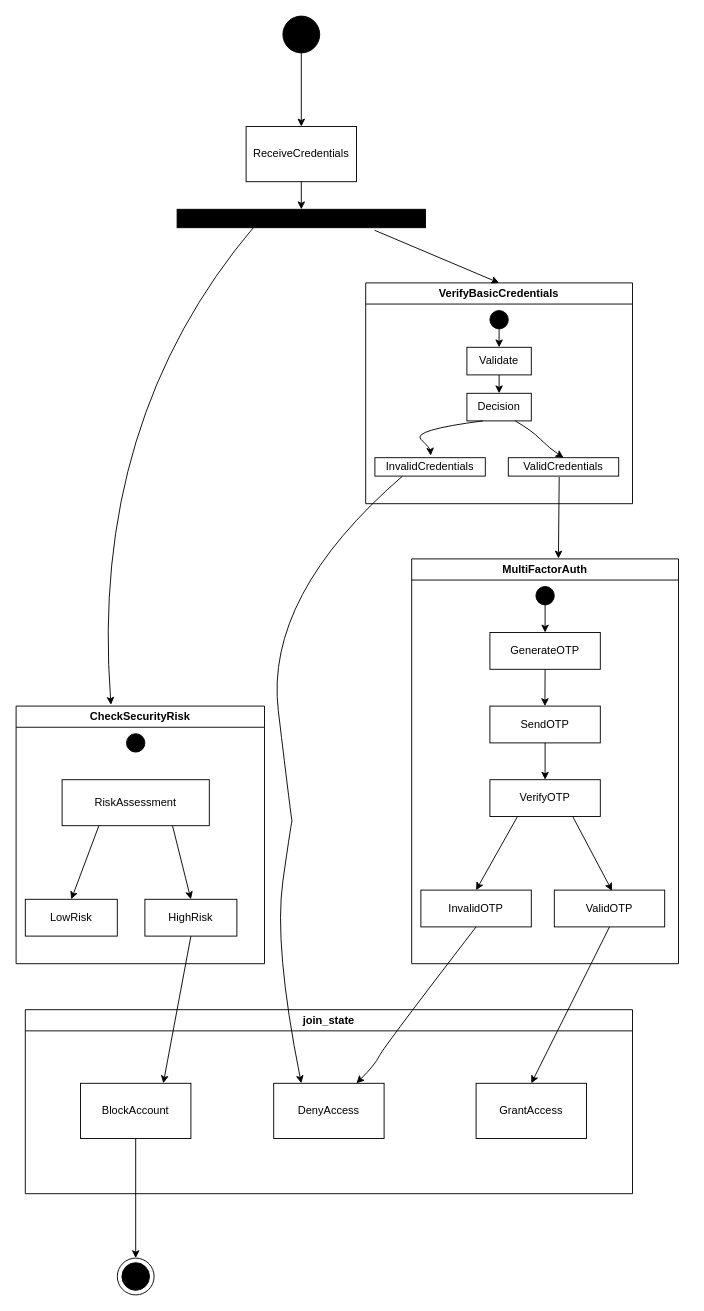
Earlier version of the draw.io diagram page "Trang-2" (2 of 2) of Biểu đồ không có tiêu đề.drawio (5thJuly/FPT_2nd). Source tidied: cells renumbered, new cells numbered last; positions are measured from the earlier drawing's top-left corner, leaving out a move shared by most shapes. Both pictures are drawn from the tidied source at 92%, with x=0, y=0 at pixel (16, 16).
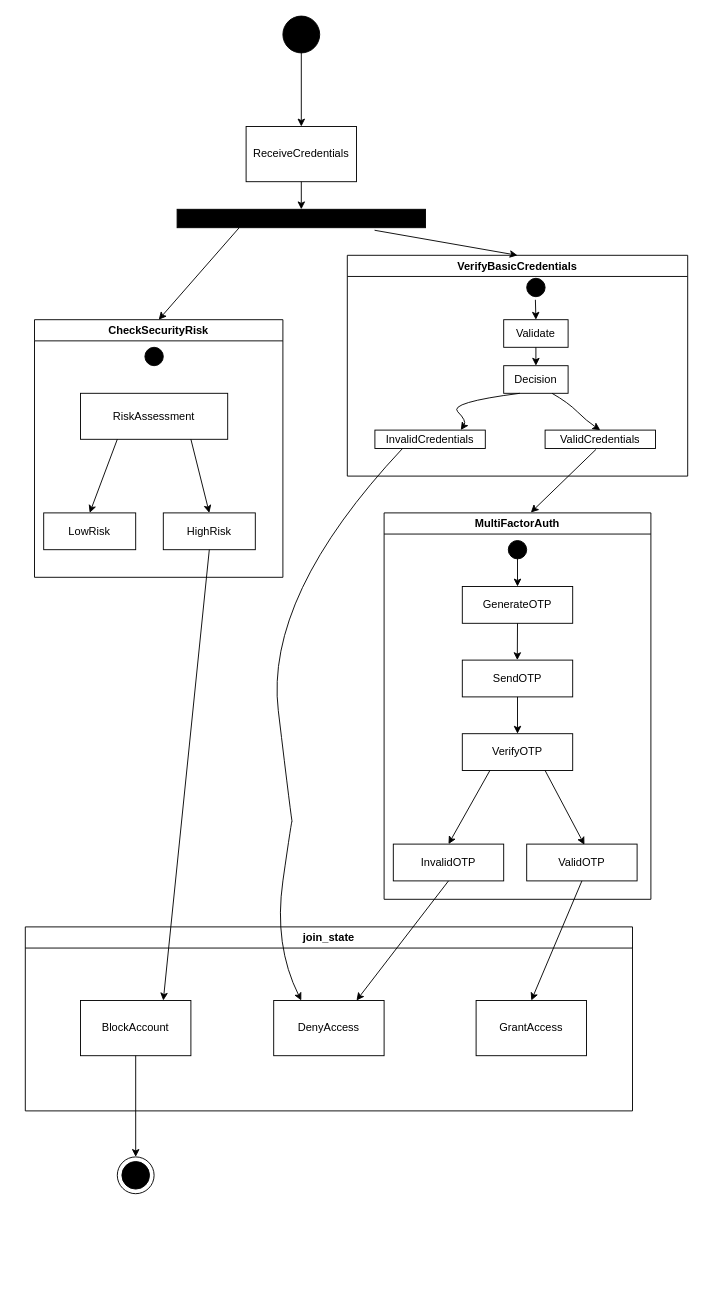
The same page after the edit.

Commit message:
Cập nhật Biểu đồ không có tiêu đề.drawio

Unchanged cells that the change refers to:
```xml
<mxCell id="5" style="rounded=0;whiteSpace=wrap;html=1;fillColor=#000000;" parent="1" vertex="1">
  <mxGeometry x="175" y="210" width="270" height="20" as="geometry" />
</mxCell>
<mxCell id="21" value="InvalidOTP" style="rounded=0;whiteSpace=wrap;html=1;" parent="16" vertex="1">
  <mxGeometry x="10" y="360" width="120" height="40" as="geometry" />
</mxCell>
<mxCell id="31" value="DenyAccess" style="rounded=0;whiteSpace=wrap;html=1;" parent="28" vertex="1">
  <mxGeometry x="270" y="80" width="120" height="60" as="geometry" />
</mxCell>
```

Change to the diagram source:
```diff
@@
     <mxCell id="6" value="VerifyBasicCredentials" style="swimlane;whiteSpace=wrap;html=1;" parent="1" vertex="1">
-      <mxGeometry x="380" y="290" width="290" height="240" as="geometry" />
+      <mxGeometry x="360" y="260" width="370" height="240" as="geometry" />
     </mxCell>
     <mxCell id="7" style="ellipse;whiteSpace=wrap;html=1;fillColor=#000000;" parent="6" vertex="1">
-      <mxGeometry x="135" y="30" width="20" height="20" as="geometry" />
+      <mxGeometry x="195" y="25" width="20" height="20" as="geometry" />
     </mxCell>
     <mxCell id="8" value="&lt;div&gt;Validate&lt;/div&gt;" style="rounded=0;whiteSpace=wrap;html=1;" parent="6" vertex="1">
-      <mxGeometry x="110" y="70" width="70" height="30" as="geometry" />
+      <mxGeometry x="170" y="70" width="70" height="30" as="geometry" />
     </mxCell>
     <mxCell id="9" value="Decision" style="rounded=0;whiteSpace=wrap;html=1;" parent="6" vertex="1">
-      <mxGeometry x="110" y="120" width="70" height="30" as="geometry" />
+      <mxGeometry x="170" y="120" width="70" height="30" as="geometry" />
     </mxCell>
     <mxCell id="10" value="InvalidCredentials" style="rounded=0;whiteSpace=wrap;html=1;" parent="6" vertex="1">
-      <mxGeometry x="10" y="190" width="120" height="20" as="geometry" />
+      <mxGeometry x="30" y="190" width="120" height="20" as="geometry" />
     </mxCell>
     <mxCell id="11" value="ValidCredentials" style="rounded=0;whiteSpace=wrap;html=1;" parent="6" vertex="1">
-      <mxGeometry x="155" y="190" width="120" height="20" as="geometry" />
+      <mxGeometry x="215" y="190" width="120" height="20" as="geometry" />
     </mxCell>
-    <mxCell id="12" style="endArrow=classic;html=1;rounded=0;exitX=0.5;exitY=1;exitDx=0;exitDy=0;entryX=0.5;entryY=0;entryDx=0;entryDy=0;" parent="6" edge="1" source="7" target="8">
+    <mxCell id="12" style="endArrow=classic;html=1;rounded=0;exitX=0.473;exitY=1.169;exitDx=0;exitDy=0;entryX=0.5;entryY=0;entryDx=0;entryDy=0;exitPerimeter=0;" parent="6" edge="1" source="7" target="8">
       <mxGeometry relative="1" as="geometry" />
     </mxCell>
@@
-    <mxCell id="14" style="curved=1;endArrow=classic;html=1;rounded=0;exitX=0.25;exitY=1;exitDx=0;exitDy=0;entryX=0.506;entryY=-0.114;entryDx=0;entryDy=0;entryPerimeter=0;" parent="6" edge="1" source="9" target="10">
+    <mxCell id="14" style="curved=1;endArrow=classic;html=1;rounded=0;exitX=0.25;exitY=1;exitDx=0;exitDy=0;entryX=0.778;entryY=-0.004;entryDx=0;entryDy=0;entryPerimeter=0;" parent="6" edge="1" source="9" target="10">
       <mxGeometry relative="1" as="geometry">
         <Array as="points">
-          <mxPoint x="50" y="160" />
-          <mxPoint x="70" y="180" />
+          <mxPoint x="110" y="160" />
+          <mxPoint x="130" y="180" />
         </Array>
       </mxGeometry>
     </mxCell>
     <mxCell id="15" style="curved=1;endArrow=classic;html=1;rounded=0;exitX=0.75;exitY=1;exitDx=0;exitDy=0;entryX=0.5;entryY=0;entryDx=0;entryDy=0;" parent="6" edge="1" source="9" target="11">
       <mxGeometry relative="1" as="geometry">
         <Array as="points">
-          <mxPoint x="180" y="160" />
-          <mxPoint x="200" y="180" />
+          <mxPoint x="240" y="160" />
+          <mxPoint x="260" y="180" />
         </Array>
       </mxGeometry>
     </mxCell>
     <mxCell id="16" value="MultiFactorAuth" style="swimlane;whiteSpace=wrap;html=1;" parent="1" vertex="1">
-      <mxGeometry x="430" y="590" width="290" height="440" as="geometry" />
+      <mxGeometry x="400" y="540" width="290" height="420" as="geometry" />
     </mxCell>
@@
     <mxCell id="28" value="join_state" style="swimlane;whiteSpace=wrap;html=1;" parent="1" vertex="1">
-      <mxGeometry x="10" y="1080" width="660" height="200" as="geometry" />
+      <mxGeometry x="10" y="990" width="660" height="200" as="geometry" />
     </mxCell>
@@
-    <mxCell id="32" style="ellipse;whiteSpace=wrap;html=1;" parent="1" vertex="1">
-      <mxGeometry x="110" y="1350" width="40" height="40" as="geometry" />
-    </mxCell>
-    <mxCell id="33" style="ellipse;whiteSpace=wrap;html=1;fillColor=#000000;" parent="1" vertex="1">
-      <mxGeometry x="115" y="1355" width="30" height="30" as="geometry" />
-    </mxCell>
     <mxCell id="34" value="CheckSecurityRisk" style="swimlane;whiteSpace=wrap;html=1;startSize=23;" parent="1" vertex="1">
-      <mxGeometry y="750" width="270" height="280" as="geometry" />
+      <mxGeometry x="20" y="330" width="270" height="280" as="geometry" />
     </mxCell>
@@
-    <mxCell id="43" style="curved=1;endArrow=classic;html=1;rounded=0;exitX=0.311;exitY=0.929;exitDx=0;exitDy=0;exitPerimeter=0;entryX=0.382;entryY=-0.005;entryDx=0;entryDy=0;entryPerimeter=0;" parent="1" edge="1" source="5" target="34">
-      <mxGeometry relative="1" as="geometry">
-        <Array as="points">
-          <mxPoint x="80" y="440" />
-        </Array>
-      </mxGeometry>
-    </mxCell>
@@
-    <mxCell id="46" style="curved=1;endArrow=classic;html=1;rounded=0;exitX=0.5;exitY=1;exitDx=0;exitDy=0;entryX=0.75;entryY=0;entryDx=0;entryDy=0;" parent="1" edge="1" source="21" target="31">
-      <mxGeometry relative="1" as="geometry">
-        <Array as="points">
-          <mxPoint x="400" y="1120" />
-          <mxPoint x="390" y="1140" />
-        </Array>
-      </mxGeometry>
-    </mxCell>
@@
+    <mxCell id="50" style="group;" parent="1" vertex="1">
+      <mxGeometry x="110" y="1240" width="40" height="40" as="geometry" />
+    </mxCell>
+    <mxCell id="32" style="ellipse;whiteSpace=wrap;html=1;" parent="50" vertex="1">
+      <mxGeometry width="40" height="40" as="geometry" />
+    </mxCell>
+    <mxCell id="33" style="ellipse;whiteSpace=wrap;html=1;fillColor=#000000;" parent="50" vertex="1">
+      <mxGeometry x="5" y="5" width="30" height="30" as="geometry" />
+    </mxCell>
+    <mxCell id="43" style="endArrow=classic;html=1;rounded=0;exitX=0.25;exitY=1;exitDx=0;exitDy=0;entryX=0.5;entryY=0;entryDx=0;entryDy=0;" parent="1" edge="1" source="5" target="34">
+      <mxGeometry relative="1" as="geometry" />
+    </mxCell>
+    <mxCell id="46" style="endArrow=classic;html=1;rounded=0;exitX=0.5;exitY=1;exitDx=0;exitDy=0;entryX=0.75;entryY=0;entryDx=0;entryDy=0;" parent="1" edge="1" source="21" target="31">
+      <mxGeometry relative="1" as="geometry" />
+    </mxCell>
```
